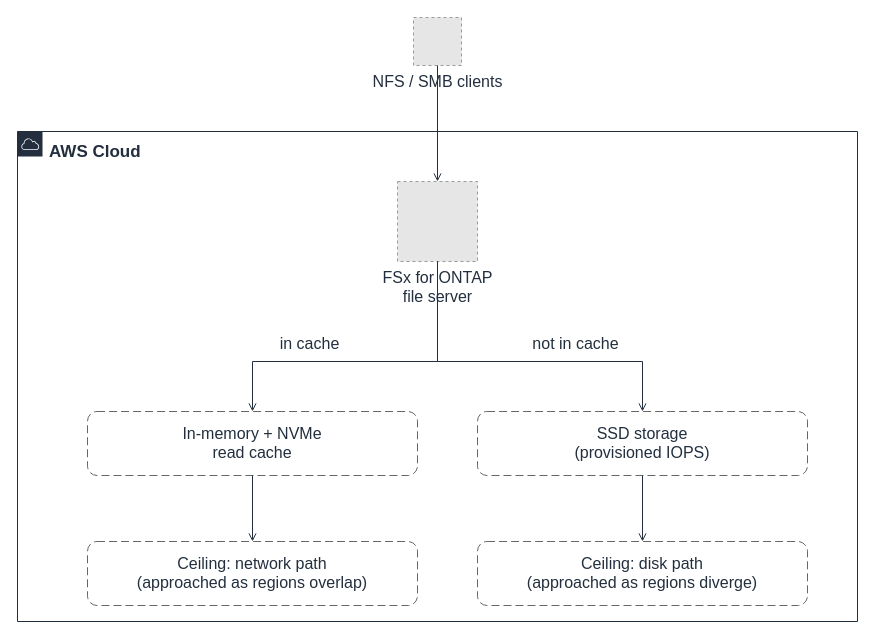
This is docs/_assets/diagrams/s3burst-two-ceilings-en.drawio from Yoshiki0705/S3-Burst-on-ONTAP-Files, a draw.io file, before an edit. Source tidied: cells renumbered, new cells numbered last; positions are measured from the earlier drawing's top-left corner, leaving out a move shared by most shapes. Both pictures are drawn from the tidied source at 100%, with x=0, y=0 at pixel (17, 17). Pictures stored in the file or linked from it are replaced by grey dashed boxes.
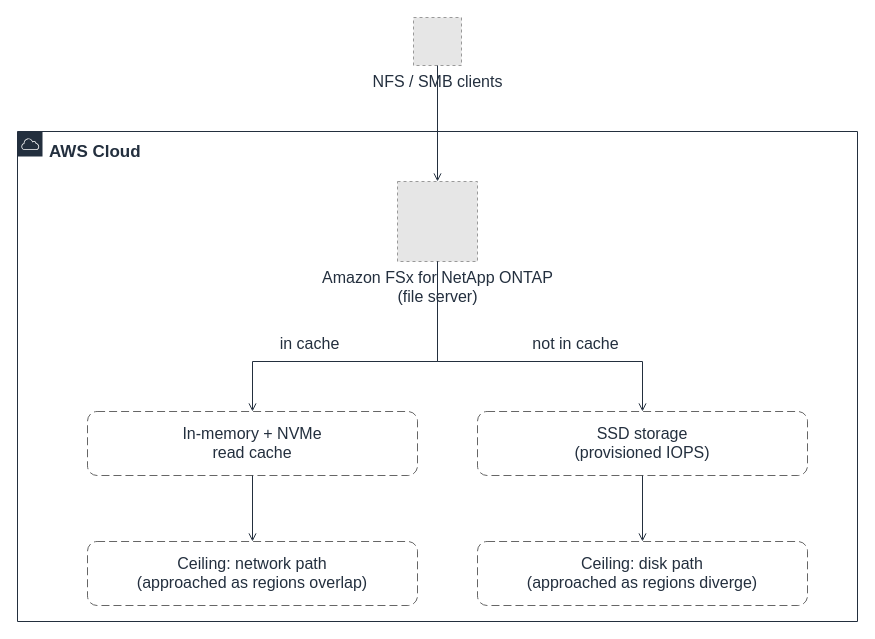
After the change.

Change to the diagram source:
```diff
@@
 <mxGraphModel>
   <root>
     <mxCell id="0" />
     <mxCell id="1" parent="0" />
     <mxCell id="2" value="AWS Cloud" style="gradientColor=none;html=1;whiteSpace=wrap;fontSize=17;fontStyle=1;fontColor=#232F3E;shape=mxgraph.aws4.group;grIcon=mxgraph.aws4.group_aws_cloud;strokeColor=#232F3E;fillColor=none;verticalAlign=top;align=left;spacingLeft=30;spacingTop=4;dashed=0;" parent="1" vertex="1">
       <mxGeometry y="114" width="840" height="490" as="geometry" />
     </mxCell>
     <mxCell id="3" value="In-memory + NVMe&#10;read cache" style="rounded=1;whiteSpace=wrap;html=1;dashed=1;dashPattern=8 4;strokeColor=#666666;fillColor=none;fontColor=#232F3E;fontSize=16;verticalAlign=top;align=center;spacingTop=6;" parent="1" vertex="1">
       <mxGeometry x="70" y="394" width="330" height="64" as="geometry" />
     </mxCell>
     <mxCell id="4" value="SSD storage&#10;(provisioned IOPS)" style="rounded=1;whiteSpace=wrap;html=1;dashed=1;dashPattern=8 4;strokeColor=#666666;fillColor=none;fontColor=#232F3E;fontSize=16;verticalAlign=top;align=center;spacingTop=6;" parent="1" vertex="1">
       <mxGeometry x="460" y="394" width="330" height="64" as="geometry" />
     </mxCell>
     <mxCell id="5" value="Ceiling: network path&#10;(approached as regions overlap)" style="rounded=1;whiteSpace=wrap;html=1;dashed=1;dashPattern=8 4;strokeColor=#666666;fillColor=none;fontColor=#232F3E;fontSize=16;verticalAlign=top;align=center;spacingTop=6;" parent="1" vertex="1">
       <mxGeometry x="70" y="524" width="330" height="64" as="geometry" />
     </mxCell>
     <mxCell id="6" value="Ceiling: disk path&#10;(approached as regions diverge)" style="rounded=1;whiteSpace=wrap;html=1;dashed=1;dashPattern=8 4;strokeColor=#666666;fillColor=none;fontColor=#232F3E;fontSize=16;verticalAlign=top;align=center;spacingTop=6;" parent="1" vertex="1">
       <mxGeometry x="460" y="524" width="330" height="64" as="geometry" />
     </mxCell>
     <mxCell id="7" value="NFS / SMB clients" style="fillColor=#E6E6E6;strokeColor=#999999;dashed=1;html=1;verticalLabelPosition=bottom;verticalAlign=top;labelPosition=center;align=center;fontSize=16;fontColor=#232F3E;" parent="1" vertex="1">
       <mxGeometry x="396" width="48" height="48" as="geometry" />
     </mxCell>
-    <mxCell id="8" value="FSx for ONTAP&#10;file server" style="fillColor=#E6E6E6;strokeColor=#999999;dashed=1;html=1;verticalLabelPosition=bottom;verticalAlign=top;labelPosition=center;align=center;fontSize=16;fontColor=#232F3E;" parent="1" vertex="1">
+    <mxCell id="8" value="Amazon FSx for NetApp ONTAP&#10;(file server)" style="fillColor=#E6E6E6;strokeColor=#999999;dashed=1;html=1;verticalLabelPosition=bottom;verticalAlign=top;labelPosition=center;align=center;fontSize=16;fontColor=#232F3E;" parent="1" vertex="1">
       <mxGeometry x="380" y="164" width="80" height="80" as="geometry" />
     </mxCell>
     <mxCell id="9" style="edgeStyle=orthogonalEdgeStyle;rounded=0;html=1;endArrow=open;endFill=0;strokeColor=#232F3E;strokeWidth=1;fontSize=16;fontColor=#232F3E;" parent="1" edge="1" source="7" target="8">
       <mxGeometry relative="1" as="geometry" />
     </mxCell>
     <mxCell id="10" value="in cache" style="edgeStyle=orthogonalEdgeStyle;rounded=0;html=1;endArrow=open;endFill=0;strokeColor=#232F3E;strokeWidth=1;fontSize=16;fontColor=#232F3E;exitX=0.5;exitY=1.0;exitDx=0;exitDy=0;entryX=0.5;entryY=0.0;entryDx=0;entryDy=0;" parent="1" edge="1" source="8" target="3">
       <mxGeometry relative="1" as="geometry">
         <Array as="points">
           <mxPoint x="420" y="344" />
           <mxPoint x="235" y="344" />
         </Array>
         <mxPoint x="-60" y="-18" as="offset" />
       </mxGeometry>
     </mxCell>
     <mxCell id="11" value="not in cache" style="edgeStyle=orthogonalEdgeStyle;rounded=0;html=1;endArrow=open;endFill=0;strokeColor=#232F3E;strokeWidth=1;fontSize=16;fontColor=#232F3E;exitX=0.5;exitY=1.0;exitDx=0;exitDy=0;entryX=0.5;entryY=0.0;entryDx=0;entryDy=0;" parent="1" edge="1" source="8" target="4">
       <mxGeometry relative="1" as="geometry">
         <Array as="points">
           <mxPoint x="420" y="344" />
           <mxPoint x="625" y="344" />
         </Array>
         <mxPoint x="60" y="-18" as="offset" />
       </mxGeometry>
     </mxCell>
     <mxCell id="12" style="edgeStyle=orthogonalEdgeStyle;rounded=0;html=1;endArrow=open;endFill=0;strokeColor=#232F3E;strokeWidth=1;fontSize=16;fontColor=#232F3E;" parent="1" edge="1" source="3" target="5">
       <mxGeometry relative="1" as="geometry" />
     </mxCell>
     <mxCell id="13" style="edgeStyle=orthogonalEdgeStyle;rounded=0;html=1;endArrow=open;endFill=0;strokeColor=#232F3E;strokeWidth=1;fontSize=16;fontColor=#232F3E;" parent="1" edge="1" source="4" target="6">
       <mxGeometry relative="1" as="geometry" />
     </mxCell>
   </root>
 </mxGraphModel>
```
